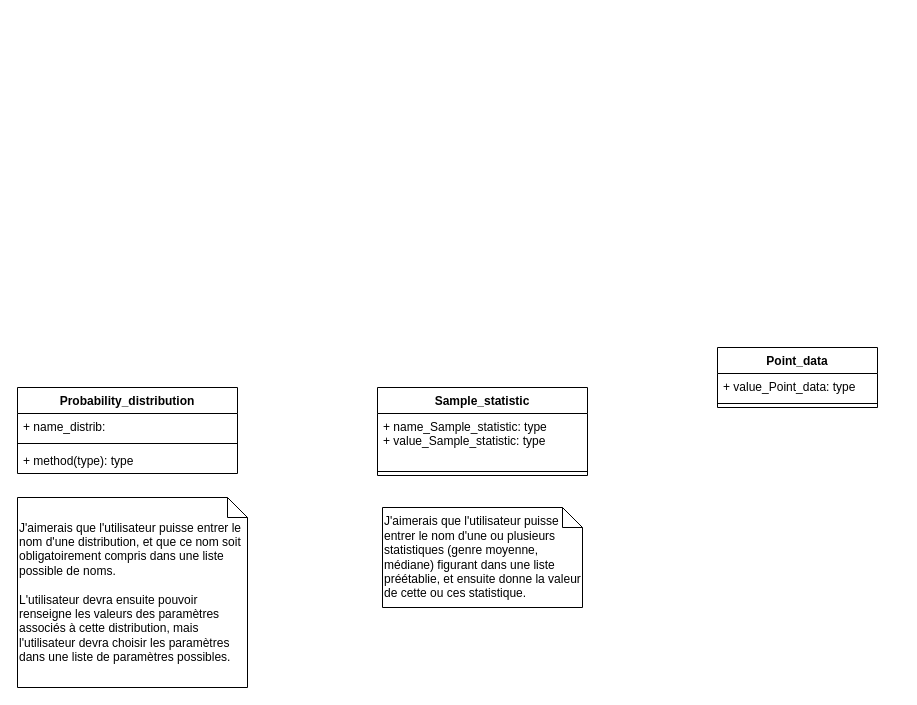
Above: Diagramme sans nom.drawio in clementblassiau/aggregate-exposure-modelling (draw.io), before the change. Source tidied: cells renumbered, new cells numbered last; positions are measured from the earlier drawing's top-left corner, leaving out a move shared by most shapes. Both pictures are drawn from the tidied source at 100%, with x=0, y=0 at pixel (17, 347).
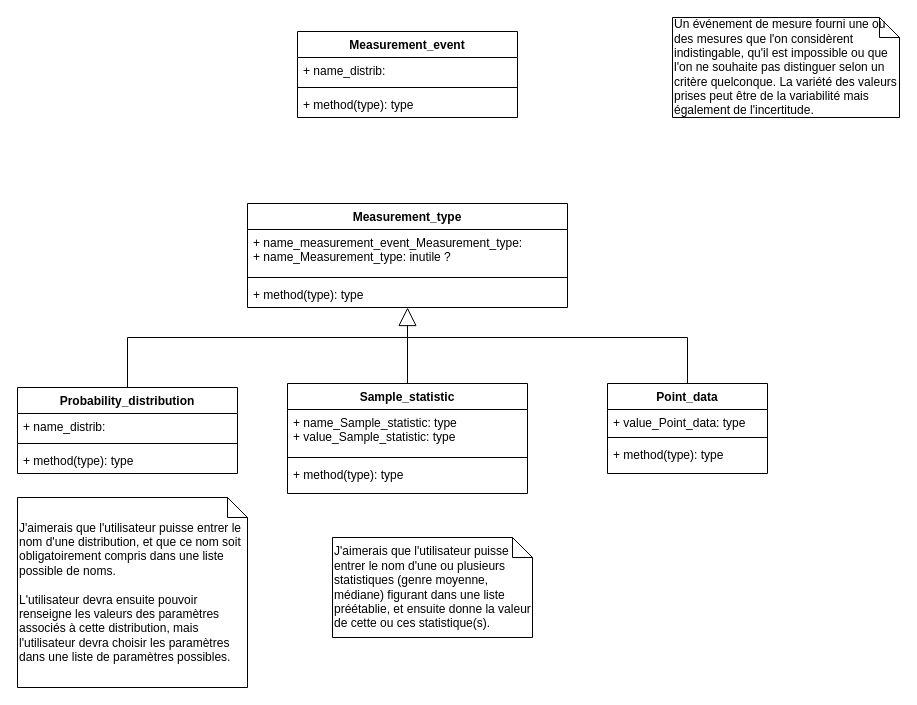
After the change.

Commit message (it also covers changes not shown here):
Mettre à jour Diagramme sans nom.drawio

The change refers to these unchanged cells:
```xml
<mxCell id="5" value="Probability_distribution" style="swimlane;fontStyle=1;align=center;verticalAlign=top;horizontal=1;startSize=26;whiteSpace=wrap;html=1;" parent="1" vertex="1">
  <mxGeometry y="40" width="220" height="86" as="geometry" />
</mxCell>
```

What changed in the source:
```diff
@@
-    <mxCell id="2" value="Point_data" style="swimlane;fontStyle=1;align=center;verticalAlign=top;horizontal=1;startSize=26;whiteSpace=wrap;html=1;" parent="1" vertex="1">
-      <mxGeometry x="700" width="160" height="60" as="geometry" />
-    </mxCell>
-    <mxCell id="3" value="+ value_Point_data: type" style="text;strokeColor=none;fillColor=none;align=left;verticalAlign=top;spacingLeft=4;spacingRight=4;overflow=hidden;whiteSpace=wrap;html=1;" parent="2" vertex="1">
-      <mxGeometry y="26" width="160" height="26" as="geometry" />
-    </mxCell>
-    <mxCell id="4" style="line;strokeWidth=1;fillColor=none;align=left;verticalAlign=middle;spacingTop=-1;spacingLeft=3;spacingRight=3;labelPosition=right;strokeColor=inherit;" parent="2" vertex="1">
-      <mxGeometry y="52" width="160" height="8" as="geometry" />
-    </mxCell>
@@
+    <mxCell id="13" value="J'aimerais que l'utilisateur puisse entrer le nom d'une ou plusieurs statistiques (genre moyenne, médiane) figurant dans une liste préétablie, et ensuite donne la valeur de cette ou ces statistique(s)." style="shape=note;size=20;whiteSpace=wrap;html=1;align=left;" parent="1" vertex="1">
+      <mxGeometry x="315" y="190" width="200" height="100" as="geometry" />
+    </mxCell>
+    <mxCell id="14" value="Measurement_event" style="swimlane;fontStyle=1;align=center;verticalAlign=top;horizontal=1;startSize=26;whiteSpace=wrap;html=1;" parent="1" vertex="1">
+      <mxGeometry x="280" y="-316" width="220" height="86" as="geometry" />
+    </mxCell>
+    <mxCell id="15" value="+ name_distrib:&amp;nbsp;&amp;nbsp;" style="text;strokeColor=none;fillColor=none;align=left;verticalAlign=top;spacingLeft=4;spacingRight=4;overflow=hidden;whiteSpace=wrap;html=1;" parent="14" vertex="1">
+      <mxGeometry y="26" width="220" height="26" as="geometry" />
+    </mxCell>
+    <mxCell id="16" style="line;strokeWidth=1;fillColor=none;align=left;verticalAlign=middle;spacingTop=-1;spacingLeft=3;spacingRight=3;labelPosition=right;strokeColor=inherit;" parent="14" vertex="1">
+      <mxGeometry y="52" width="220" height="8" as="geometry" />
+    </mxCell>
+    <mxCell id="17" value="+ method(type): type" style="text;strokeColor=none;fillColor=none;align=left;verticalAlign=top;spacingLeft=4;spacingRight=4;overflow=hidden;whiteSpace=wrap;html=1;" parent="14" vertex="1">
+      <mxGeometry y="60" width="220" height="26" as="geometry" />
+    </mxCell>
+    <mxCell id="18" value="Un événement de mesure fourni une ou des mesures que l'on considèrent indistingable, qu'il est impossible ou que l'on ne souhaite pas distinguer selon un critère quelconque. La variété des valeurs prises peut être de la variabilité mais également de l'incertitude." style="shape=note;size=20;whiteSpace=wrap;html=1;align=left;" parent="1" vertex="1">
+      <mxGeometry x="655" y="-330" width="227" height="100" as="geometry" />
+    </mxCell>
+    <mxCell id="19" value="Measurement_type" style="swimlane;fontStyle=1;align=center;verticalAlign=top;horizontal=1;startSize=26;whiteSpace=wrap;html=1;" parent="1" vertex="1">
+      <mxGeometry x="230" y="-144" width="320" height="104" as="geometry" />
+    </mxCell>
+    <mxCell id="20" value="+ name_measurement_event_Measurement_type:&lt;br&gt;+ name_Measurement_type: inutile ?&amp;nbsp;" style="text;strokeColor=none;fillColor=none;align=left;verticalAlign=top;spacingLeft=4;spacingRight=4;overflow=hidden;whiteSpace=wrap;html=1;" parent="19" vertex="1">
+      <mxGeometry y="26" width="320" height="44" as="geometry" />
+    </mxCell>
+    <mxCell id="21" style="line;strokeWidth=1;fillColor=none;align=left;verticalAlign=middle;spacingTop=-1;spacingLeft=3;spacingRight=3;labelPosition=right;strokeColor=inherit;" parent="19" vertex="1">
+      <mxGeometry y="70" width="320" height="8" as="geometry" />
+    </mxCell>
+    <mxCell id="22" value="+ method(type): type" style="text;strokeColor=none;fillColor=none;align=left;verticalAlign=top;spacingLeft=4;spacingRight=4;overflow=hidden;whiteSpace=wrap;html=1;" parent="19" vertex="1">
+      <mxGeometry y="78" width="320" height="26" as="geometry" />
+    </mxCell>
     <mxCell id="10" value="Sample_statistic" style="swimlane;fontStyle=1;align=center;verticalAlign=top;horizontal=1;startSize=26;whiteSpace=wrap;html=1;" parent="1" vertex="1">
-      <mxGeometry x="360" y="40" width="210" height="88" as="geometry" />
+      <mxGeometry x="270" y="36" width="240" height="110" as="geometry" />
     </mxCell>
-    <mxCell id="11" value="+ name_Sample_statistic: type&lt;br&gt;+ value_Sample_statistic: type" style="text;strokeColor=none;fillColor=none;align=left;verticalAlign=top;spacingLeft=4;spacingRight=4;overflow=hidden;whiteSpace=wrap;html=1;" parent="10" vertex="1">
-      <mxGeometry y="26" width="210" height="54" as="geometry" />
+    <mxCell id="11" value="+ name_Sample_statistic: type&lt;br style=&quot;border-color: var(--border-color);&quot;&gt;+ value_Sample_statistic: type" style="text;strokeColor=none;fillColor=none;align=left;verticalAlign=top;spacingLeft=4;spacingRight=4;overflow=hidden;whiteSpace=wrap;html=1;" parent="10" vertex="1">
+      <mxGeometry y="26" width="240" height="44" as="geometry" />
     </mxCell>
-    <mxCell id="12" style="line;strokeWidth=1;fillColor=none;align=left;verticalAlign=middle;spacingTop=-1;spacingLeft=3;spacingRight=3;labelPosition=right;strokeColor=inherit;" parent="10" vertex="1">
-      <mxGeometry y="80" width="210" height="8" as="geometry" />
-    </mxCell>
-    <mxCell id="13" value="J'aimerais que l'utilisateur puisse entrer le nom d'une ou plusieurs statistiques (genre moyenne, médiane) figurant dans une liste préétablie, et ensuite donne la valeur de cette ou ces statistique." style="shape=note;size=20;whiteSpace=wrap;html=1;align=left;" parent="1" vertex="1">
-      <mxGeometry x="365" y="160" width="200" height="100" as="geometry" />
-    </mxCell>
+    <mxCell id="23" style="line;strokeWidth=1;fillColor=none;align=left;verticalAlign=middle;spacingTop=-1;spacingLeft=3;spacingRight=3;labelPosition=right;strokeColor=inherit;" parent="10" vertex="1">
+      <mxGeometry y="70" width="240" height="8" as="geometry" />
+    </mxCell>
+    <mxCell id="24" value="+ method(type): type" style="text;strokeColor=none;fillColor=none;align=left;verticalAlign=top;spacingLeft=4;spacingRight=4;overflow=hidden;whiteSpace=wrap;html=1;" parent="10" vertex="1">
+      <mxGeometry y="78" width="240" height="32" as="geometry" />
+    </mxCell>
+    <mxCell id="2" value="Point_data" style="swimlane;fontStyle=1;align=center;verticalAlign=top;horizontal=1;startSize=26;whiteSpace=wrap;html=1;" parent="1" vertex="1">
+      <mxGeometry x="590" y="36" width="160" height="90" as="geometry" />
+    </mxCell>
+    <mxCell id="3" value="+ value_Point_data: type" style="text;strokeColor=none;fillColor=none;align=left;verticalAlign=top;spacingLeft=4;spacingRight=4;overflow=hidden;whiteSpace=wrap;html=1;" parent="2" vertex="1">
+      <mxGeometry y="26" width="160" height="24" as="geometry" />
+    </mxCell>
+    <mxCell id="25" style="line;strokeWidth=1;fillColor=none;align=left;verticalAlign=middle;spacingTop=-1;spacingLeft=3;spacingRight=3;labelPosition=right;strokeColor=inherit;" parent="2" vertex="1">
+      <mxGeometry y="50" width="160" height="8" as="geometry" />
+    </mxCell>
+    <mxCell id="26" value="+ method(type): type" style="text;strokeColor=none;fillColor=none;align=left;verticalAlign=top;spacingLeft=4;spacingRight=4;overflow=hidden;whiteSpace=wrap;html=1;" parent="2" vertex="1">
+      <mxGeometry y="58" width="160" height="32" as="geometry" />
+    </mxCell>
+    <mxCell id="27" style="endArrow=block;endSize=16;endFill=0;html=1;rounded=0;exitX=0.5;exitY=0;exitDx=0;exitDy=0;edgeStyle=orthogonalEdgeStyle;" parent="1" edge="1" source="5">
+      <mxGeometry relative="1" as="geometry">
+        <mxPoint x="390" y="-40" as="targetPoint" />
+        <Array as="points">
+          <mxPoint x="110" y="-10" />
+          <mxPoint x="390" y="-10" />
+        </Array>
+      </mxGeometry>
+    </mxCell>
+    <mxCell id="28" style="endArrow=none;html=1;edgeStyle=orthogonalEdgeStyle;rounded=0;exitX=0.5;exitY=0;exitDx=0;exitDy=0;entryX=0.5;entryY=0;entryDx=0;entryDy=0;" parent="1" edge="1" source="10" target="2">
+      <mxGeometry relative="1" as="geometry">
+        <Array as="points">
+          <mxPoint x="390" y="-10" />
+          <mxPoint x="670" y="-10" />
+        </Array>
+      </mxGeometry>
+    </mxCell>
```
